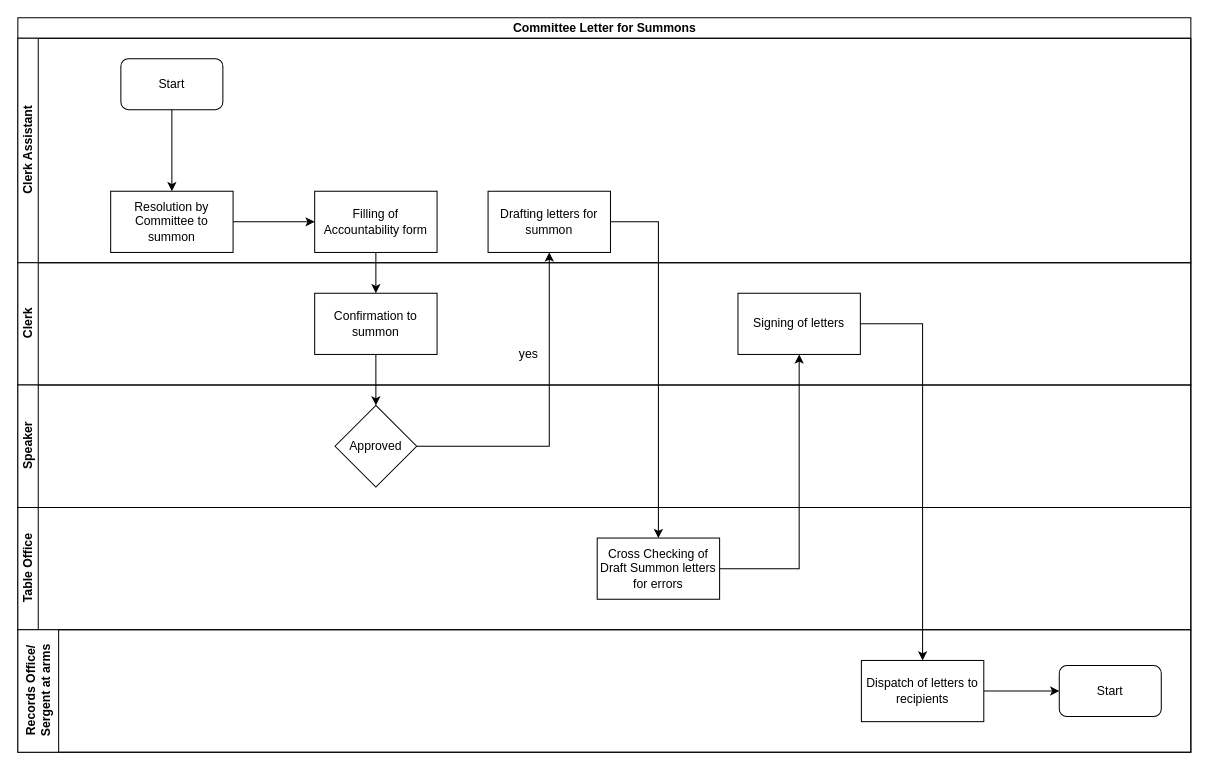
This is Committees Letters for Summons.drawio from kmagua/flowcharts, a draw.io file, before an edit. Source tidied: cells renumbered, new cells numbered last; positions are measured from the earlier drawing's top-left corner, leaving out a move shared by most shapes. Both pictures are drawn from the tidied source at 102%, with x=0, y=0 at pixel (17, 17).
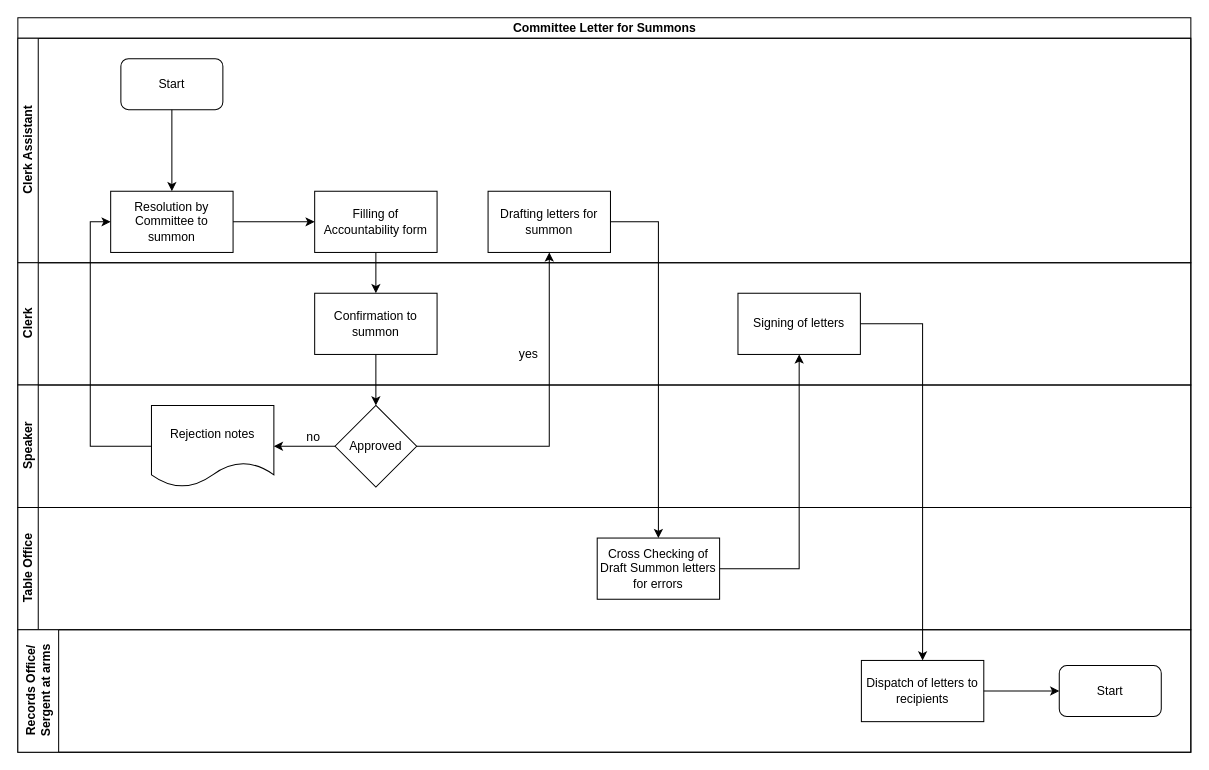
Above is the later version.

Unchanged cells that the change refers to:
```xml
<mxCell id="5" value="Resolution by Committee to summon" style="rounded=0;whiteSpace=wrap;html=1;" parent="3" vertex="1">
  <mxGeometry x="91" y="150" width="120" height="60" as="geometry" />
</mxCell>
<mxCell id="12" value="Speaker" style="swimlane;html=1;startSize=20;horizontal=0;" parent="2" vertex="1">
  <mxGeometry y="360" width="1150" height="120" as="geometry" />
</mxCell>
<mxCell id="13" value="Approved" style="rhombus;whiteSpace=wrap;html=1;rounded=0;" parent="12" vertex="1">
  <mxGeometry x="311" y="20" width="80" height="80" as="geometry" />
</mxCell>
```

What changed in the source:
```diff
@@
+    <mxCell id="28" value="no" style="text;html=1;strokeColor=none;fillColor=none;align=center;verticalAlign=middle;whiteSpace=wrap;rounded=0;" parent="12" vertex="1">
+      <mxGeometry x="270" y="41" width="40" height="20" as="geometry" />
+    </mxCell>
@@
+    <mxCell id="29" style="edgeStyle=orthogonalEdgeStyle;rounded=0;jettySize=auto;html=1;entryX=0;entryY=0.5;entryDx=0;entryDy=0;" parent="1" edge="1" source="30" target="5">
+      <mxGeometry relative="1" as="geometry">
+        <Array as="points">
+          <mxPoint x="71" y="420" />
+          <mxPoint x="71" y="200" />
+        </Array>
+      </mxGeometry>
+    </mxCell>
+    <mxCell id="30" value="Rejection notes" style="shape=document;whiteSpace=wrap;html=1;boundedLbl=1;rounded=0;" parent="1" vertex="1">
+      <mxGeometry x="131" y="380" width="120" height="80" as="geometry" />
+    </mxCell>
+    <mxCell id="31" style="edgeStyle=orthogonalEdgeStyle;rounded=0;jettySize=auto;html=1;" parent="1" edge="1" source="13" target="30">
+      <mxGeometry relative="1" as="geometry" />
+    </mxCell>
```
